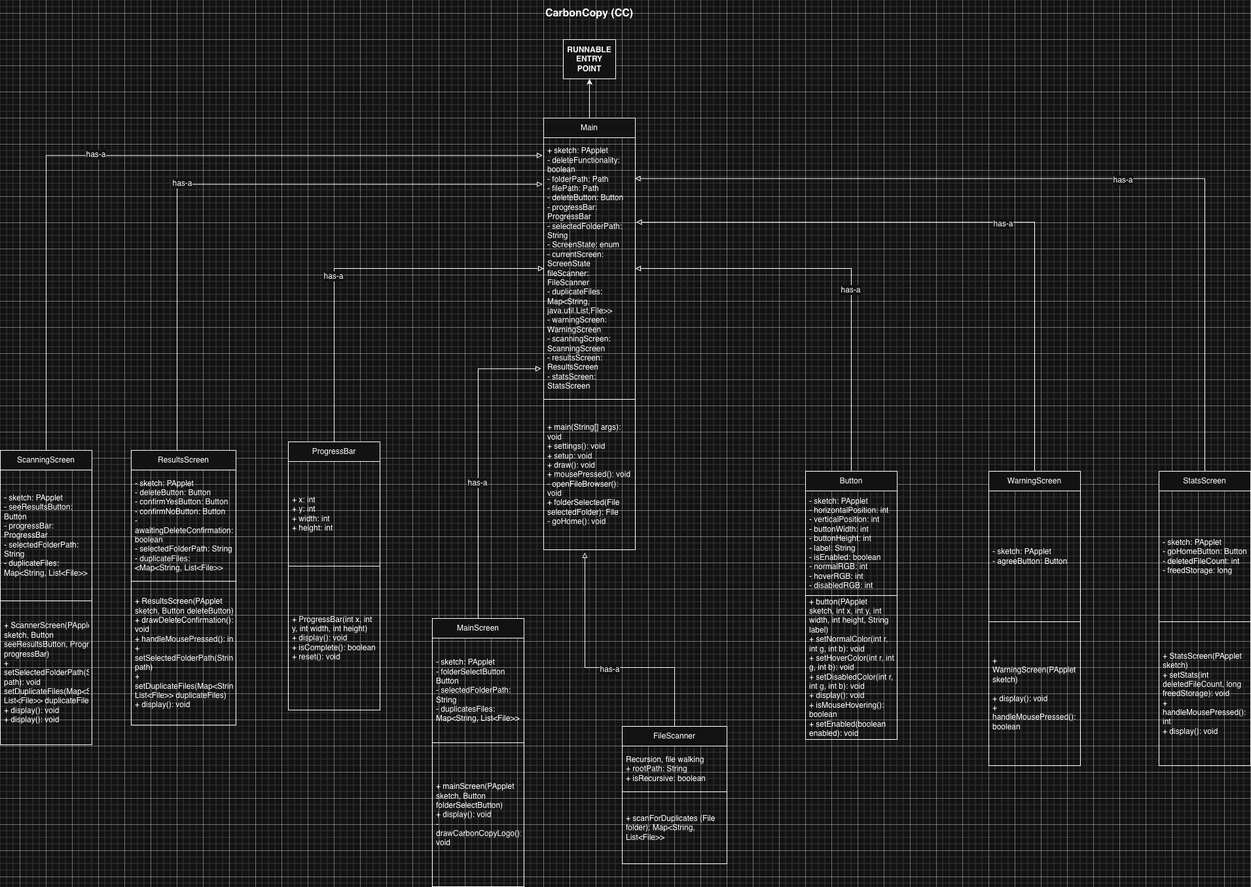
CFlory-Programming/AdvProgrammingIndividualProject keeps this draw.io diagram as images/UML.png. Above is the earlier version. Source tidied: cells renumbered, new cells last; positions are measured from the earlier drawing's top-left corner, leaving out a move shared by most shapes.
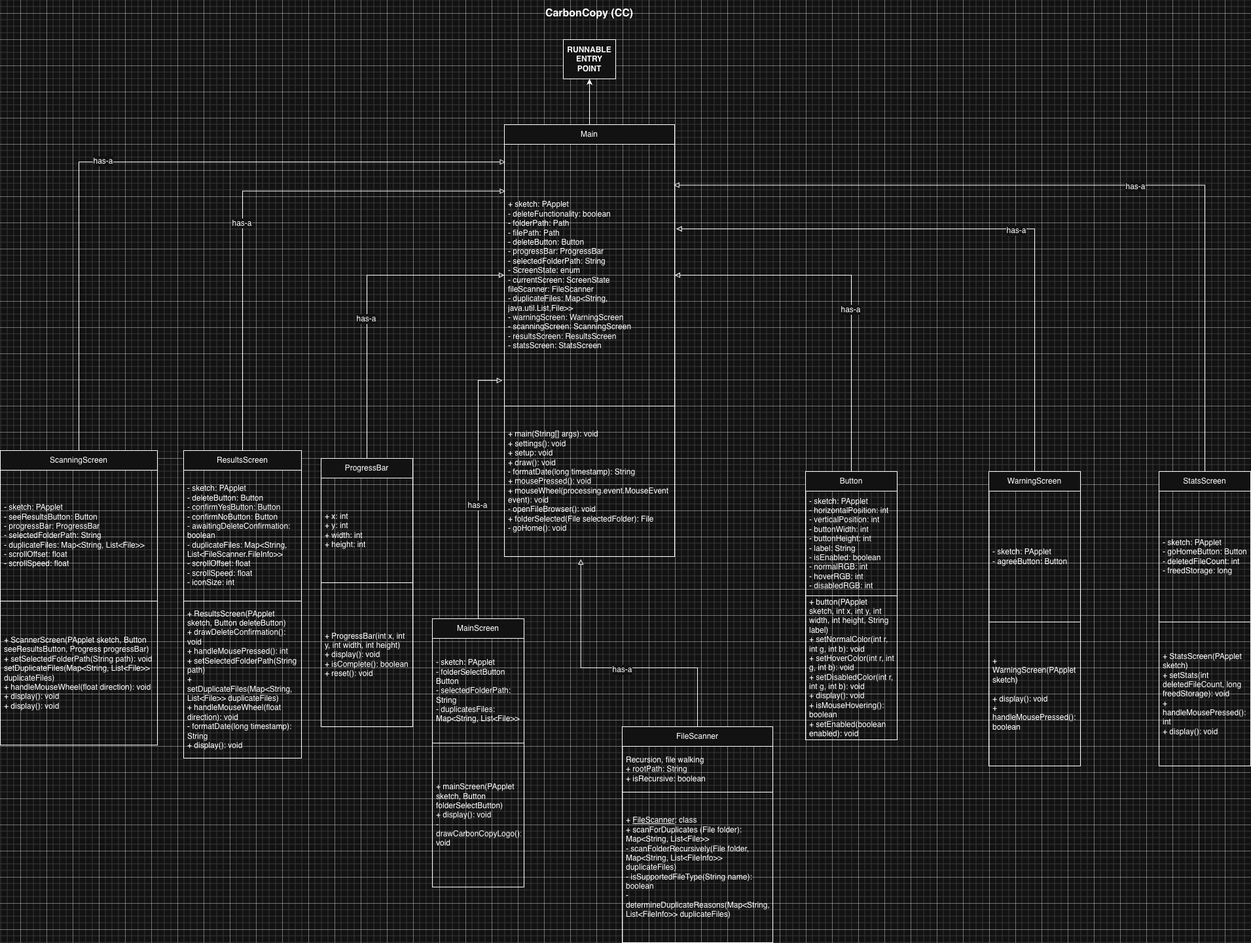
Above is the later version.

What changed in the source:
```diff
@@ -9,13 +9,13 @@
       <mxGeometry x="860" y="60" width="80" height="60" as="geometry" />
     </mxCell>
     <mxCell id="4" value="FileScanner" style="swimlane;fontStyle=0;horizontal=1;startSize=30;whiteSpace=wrap;html=1;" parent="1" vertex="1">
-      <mxGeometry x="950" y="1110" width="160" height="210" as="geometry" />
+      <mxGeometry x="950" y="1110" width="230" height="330" as="geometry" />
     </mxCell>
     <mxCell id="5" value="Recursion, file walking&lt;div&gt;+ rootPath: String&lt;/div&gt;&lt;div&gt;&lt;div&gt;+ isRecursive: boolean&lt;/div&gt;&lt;/div&gt;" style="text;strokeColor=none;fillColor=none;align=left;verticalAlign=middle;spacingLeft=4;spacingRight=4;overflow=hidden;whiteSpace=wrap;html=1;" parent="4" vertex="1">
-      <mxGeometry y="30" width="160" height="70" as="geometry" />
+      <mxGeometry y="30" width="230" height="70" as="geometry" />
     </mxCell>
-    <mxCell id="6" value="+ scanForDuplicates (File folder): Map&amp;lt;String, List&amp;lt;File&amp;gt;&amp;gt;" style="text;strokeColor=default;fillColor=none;align=left;verticalAlign=middle;spacingLeft=4;spacingRight=4;overflow=hidden;whiteSpace=wrap;html=1;strokeWidth=1;" parent="4" vertex="1">
-      <mxGeometry y="100" width="160" height="110" as="geometry" />
+    <mxCell id="6" value="&lt;div&gt;+ &lt;u&gt;FileScanner&lt;/u&gt;: class&lt;/div&gt;+ scanForDuplicates (File folder): Map&amp;lt;String, List&amp;lt;File&amp;gt;&amp;gt;&lt;br&gt;- scanFolderRecursively(File folder, Map&amp;lt;String, List&amp;lt;FileInfo&amp;gt;&amp;gt; duplicateFiles)&lt;div&gt;- isSupportedFileType(String name): boolean&lt;/div&gt;&lt;div&gt;- determineDuplicateReasons(&lt;span style=&quot;background-color: transparent; color: light-dark(rgb(0, 0, 0), rgb(255, 255, 255));&quot;&gt;Map&amp;lt;String, List&amp;lt;FileInfo&amp;gt;&amp;gt; duplicateFiles)&lt;/span&gt;&lt;/div&gt;" style="text;strokeColor=default;fillColor=none;align=left;verticalAlign=middle;spacingLeft=4;spacingRight=4;overflow=hidden;whiteSpace=wrap;html=1;strokeWidth=1;" parent="4" vertex="1">
+      <mxGeometry y="100" width="230" height="230" as="geometry" />
     </mxCell>
     <mxCell id="7" value="Button" style="swimlane;fontStyle=0;horizontal=1;startSize=30;whiteSpace=wrap;html=1;" parent="1" vertex="1">
       <mxGeometry x="1230" y="720" width="140" height="410" as="geometry" />
@@ -30,18 +30,18 @@
       <mxGeometry relative="1" as="geometry" />
     </mxCell>
     <mxCell id="11" value="Main" style="swimlane;fontStyle=0;horizontal=1;startSize=30;whiteSpace=wrap;html=1;" parent="1" vertex="1">
-      <mxGeometry x="830" y="180" width="140" height="660" as="geometry" />
+      <mxGeometry x="770" y="190" width="260" height="660" as="geometry" />
     </mxCell>
-    <mxCell id="12" value="+ sketch: PApplet&lt;div&gt;- deleteFunctionality: boolean&lt;/div&gt;&lt;div&gt;- folderPath: Path&lt;/div&gt;&lt;div&gt;- filePath: Path&lt;/div&gt;&lt;div&gt;- deleteButton: Button&lt;/div&gt;&lt;div&gt;- progressBar: ProgressBar&lt;/div&gt;&lt;div&gt;- selectedFolderPath: String&lt;/div&gt;&lt;div&gt;- ScreenState: enum&lt;/div&gt;&lt;div&gt;- currentScreen: ScreenState&lt;/div&gt;&lt;div&gt;fileScanner: FileScanner&lt;/div&gt;&lt;div&gt;- duplicateFiles: Map&amp;lt;String, java.util.List,File&amp;gt;&amp;gt;&lt;br&gt;- warningScreen: WarningScreen&lt;/div&gt;&lt;div&gt;- scanningScreen: ScanningScreen&lt;/div&gt;&lt;div&gt;- resultsScreen: ResultsScreen&lt;/div&gt;&lt;div&gt;- statsScreen: StatsScreen&lt;/div&gt;" style="text;strokeColor=none;fillColor=none;align=left;verticalAlign=middle;spacingLeft=4;spacingRight=4;overflow=hidden;points=[[0,0.5],[1,0.5]];portConstraint=eastwest;whiteSpace=wrap;html=1;" parent="11" vertex="1">
-      <mxGeometry y="30" width="140" height="400" as="geometry" />
+    <mxCell id="12" value="+ sketch: PApplet&lt;div&gt;- deleteFunctionality: boolean&lt;br&gt;&lt;/div&gt;&lt;div&gt;- folderPath: Path&lt;/div&gt;&lt;div&gt;- filePath: Path&lt;/div&gt;&lt;div&gt;- deleteButton: Button&lt;/div&gt;&lt;div&gt;- progressBar: ProgressBar&lt;/div&gt;&lt;div&gt;- selectedFolderPath: String&lt;/div&gt;&lt;div&gt;- ScreenState: enum&lt;/div&gt;&lt;div&gt;- currentScreen: ScreenState&lt;/div&gt;&lt;div&gt;fileScanner: FileScanner&lt;/div&gt;&lt;div&gt;- duplicateFiles: Map&amp;lt;String, java.util.List,File&amp;gt;&amp;gt;&lt;br&gt;- warningScreen: WarningScreen&lt;/div&gt;&lt;div&gt;- scanningScreen: ScanningScreen&lt;/div&gt;&lt;div&gt;- resultsScreen: ResultsScreen&lt;/div&gt;&lt;div&gt;- statsScreen: StatsScreen&lt;/div&gt;" style="text;strokeColor=none;fillColor=none;align=left;verticalAlign=middle;spacingLeft=4;spacingRight=4;overflow=hidden;points=[[0,0.5],[1,0.5]];portConstraint=eastwest;whiteSpace=wrap;html=1;" parent="11" vertex="1">
+      <mxGeometry y="30" width="260" height="400" as="geometry" />
     </mxCell>
-    <mxCell id="13" value="+ main(String[] args): void&lt;div&gt;+ settings(): void&lt;/div&gt;&lt;div&gt;+ setup: void&lt;/div&gt;&lt;div&gt;+ draw(): void&lt;/div&gt;&lt;div&gt;+ mousePressed(): void&lt;br&gt;- openFileBrowser(): void&lt;/div&gt;&lt;div&gt;+ folderSelected(File selectedFolder): File&lt;/div&gt;&lt;div&gt;- goHome(): void&lt;/div&gt;" style="text;strokeColor=default;fillColor=none;align=left;verticalAlign=middle;spacingLeft=4;spacingRight=4;overflow=hidden;points=[[0,0.5],[1,0.5]];portConstraint=eastwest;whiteSpace=wrap;html=1;strokeWidth=1;" parent="11" vertex="1">
-      <mxGeometry y="430" width="140" height="230" as="geometry" />
+    <mxCell id="13" value="+ main(String[] args): void&lt;div&gt;+ settings(): void&lt;/div&gt;&lt;div&gt;+ setup: void&lt;/div&gt;&lt;div&gt;+ draw(): void&lt;/div&gt;&lt;div&gt;- formatDate(long timestamp): String&lt;/div&gt;&lt;div&gt;+ mousePressed(): void&lt;/div&gt;&lt;div&gt;+ mouseWheel(processing.event.MouseEvent event): void&lt;br&gt;- openFileBrowser(): void&lt;/div&gt;&lt;div&gt;+ folderSelected(File selectedFolder): File&lt;/div&gt;&lt;div&gt;- goHome(): void&lt;/div&gt;" style="text;strokeColor=default;fillColor=none;align=left;verticalAlign=middle;spacingLeft=4;spacingRight=4;overflow=hidden;points=[[0,0.5],[1,0.5]];portConstraint=eastwest;whiteSpace=wrap;html=1;strokeWidth=1;" parent="11" vertex="1">
+      <mxGeometry y="430" width="260" height="230" as="geometry" />
     </mxCell>
     <mxCell id="14" style="edgeStyle=orthogonalEdgeStyle;rounded=0;jettySize=auto;html=1;entryX=1;entryY=0.5;entryDx=0;entryDy=0;endArrow=block;endFill=0;exitX=0.5;exitY=0;exitDx=0;exitDy=0;" parent="1" edge="1" source="7" target="12">
       <mxGeometry relative="1" as="geometry">
         <Array as="points">
-          <mxPoint x="1300" y="410" />
+          <mxPoint x="1300" y="420" />
         </Array>
       </mxGeometry>
     </mxCell>
@@ -60,7 +60,7 @@
       <mxGeometry x="-0.05" y="2" relative="1" as="geometry" />
     </mxCell>
     <mxCell id="18" value="ProgressBar" style="swimlane;fontStyle=0;horizontal=1;startSize=30;whiteSpace=wrap;html=1;" parent="1" vertex="1">
-      <mxGeometry x="440" y="675" width="140" height="410" as="geometry" />
+      <mxGeometry x="490" y="700" width="140" height="410" as="geometry" />
     </mxCell>
     <mxCell id="19" value="+ x: int&lt;div&gt;+ y: int&lt;/div&gt;&lt;div&gt;+ width: int&lt;/div&gt;&lt;div&gt;+ height: int&lt;/div&gt;" style="text;strokeColor=none;fillColor=none;align=left;verticalAlign=middle;spacingLeft=4;spacingRight=4;overflow=hidden;whiteSpace=wrap;html=1;" parent="18" vertex="1">
       <mxGeometry y="30" width="140" height="160" as="geometry" />
@@ -71,7 +71,7 @@
     <mxCell id="21" style="edgeStyle=orthogonalEdgeStyle;rounded=0;jettySize=auto;html=1;entryX=0;entryY=0.5;entryDx=0;entryDy=0;endArrow=block;endFill=0;exitX=0.5;exitY=0;exitDx=0;exitDy=0;" parent="1" edge="1" source="18" target="12">
       <mxGeometry relative="1" as="geometry">
         <Array as="points">
-          <mxPoint x="510" y="410" />
+          <mxPoint x="560" y="420" />
         </Array>
       </mxGeometry>
     </mxCell>
@@ -87,10 +87,10 @@
     <mxCell id="25" value="+ mainScreen(PApplet sketch, Button folderSelectButton)&lt;div&gt;+ display(): void&lt;/div&gt;&lt;div&gt;- drawCarbonCopyLogo(): void&lt;/div&gt;" style="text;strokeColor=default;fillColor=none;align=left;verticalAlign=middle;spacingLeft=4;spacingRight=4;overflow=hidden;whiteSpace=wrap;html=1;strokeWidth=1;" parent="23" vertex="1">
       <mxGeometry y="190" width="140" height="220" as="geometry" />
     </mxCell>
-    <mxCell id="26" style="edgeStyle=orthogonalEdgeStyle;rounded=0;jettySize=auto;html=1;entryX=-0.028;entryY=0.883;entryDx=0;entryDy=0;endArrow=block;endFill=0;exitX=0.5;exitY=0;exitDx=0;exitDy=0;entryPerimeter=0;" parent="1" edge="1" source="23" target="12">
+    <mxCell id="26" style="edgeStyle=orthogonalEdgeStyle;rounded=0;jettySize=auto;html=1;entryX=-0.012;entryY=0.902;entryDx=0;entryDy=0;endArrow=block;endFill=0;exitX=0.5;exitY=0;exitDx=0;exitDy=0;entryPerimeter=0;" parent="1" edge="1" source="23" target="12">
       <mxGeometry relative="1" as="geometry">
         <Array as="points">
-          <mxPoint x="730" y="563" />
+          <mxPoint x="730" y="581" />
         </Array>
       </mxGeometry>
     </mxCell>
@@ -98,19 +98,18 @@
       <mxGeometry x="-0.13" y="2" relative="1" as="geometry" />
     </mxCell>
     <mxCell id="28" value="ResultsScreen" style="swimlane;fontStyle=0;horizontal=1;startSize=30;whiteSpace=wrap;html=1;" parent="1" vertex="1">
-      <mxGeometry x="200" y="688" width="160" height="420" as="geometry" />
+      <mxGeometry x="280" y="688" width="180" height="470" as="geometry" />
     </mxCell>
-    <mxCell id="29" value="- sketch: PApplet&lt;div&gt;- deleteButton: Button&lt;/div&gt;&lt;div&gt;- confirmYesButton: Button&lt;/div&gt;&lt;div&gt;- confirmNoButton: Button&lt;/div&gt;&lt;div&gt;- awaitingDeleteConfirmation: boolean&lt;/div&gt;&lt;div&gt;- selectedFolderPath: String&lt;/div&gt;&lt;div&gt;- duplicateFiles: &amp;lt;Map&amp;lt;String, List&amp;lt;File&amp;gt;&amp;gt;&lt;/div&gt;" style="text;strokeColor=none;fillColor=none;align=left;verticalAlign=middle;spacingLeft=4;spacingRight=4;overflow=hidden;whiteSpace=wrap;html=1;" parent="28" vertex="1">
-      <mxGeometry y="30" width="160" height="170" as="geometry" />
+    <mxCell id="29" value="- sketch: PApplet&lt;div&gt;- deleteButton: Button&lt;/div&gt;&lt;div&gt;- confirmYesButton: Button&lt;/div&gt;&lt;div&gt;- confirmNoButton: Button&lt;/div&gt;&lt;div&gt;- awaitingDeleteConfirmation: boolean&lt;/div&gt;&lt;div&gt;- duplicateFiles: Map&amp;lt;String, List&amp;lt;FileScanner.FileInfo&amp;gt;&amp;gt;&lt;br&gt;- scrollOffset: float&lt;br&gt;- scrollSpeed: float&lt;/div&gt;&lt;div&gt;- iconSize: int&lt;/div&gt;" style="text;strokeColor=none;fillColor=none;align=left;verticalAlign=middle;spacingLeft=4;spacingRight=4;overflow=hidden;whiteSpace=wrap;html=1;" parent="28" vertex="1">
+      <mxGeometry y="30" width="180" height="200" as="geometry" />
     </mxCell>
-    <mxCell id="30" value="+ ResultsScreen(PApplet sketch, Button deleteButton)&lt;div&gt;+ drawDeleteConfirmation(): void&lt;/div&gt;&lt;div&gt;+ handleMousePressed(): int&lt;/div&gt;&lt;div&gt;+ setSelectedFolderPath(String path)&lt;/div&gt;&lt;div&gt;+ setDuplicateFiles(Map&amp;lt;String, List&amp;lt;File&amp;gt;&amp;gt; duplicateFiles)&lt;/div&gt;&lt;div&gt;+ display(): void&lt;/div&gt;" style="text;strokeColor=default;fillColor=none;align=left;verticalAlign=middle;spacingLeft=4;spacingRight=4;overflow=hidden;whiteSpace=wrap;html=1;strokeWidth=1;" parent="28" vertex="1">
-      <mxGeometry y="200" width="160" height="220" as="geometry" />
+    <mxCell id="30" value="+ ResultsScreen(PApplet sketch, Button deleteButton)&lt;div&gt;+ drawDeleteConfirmation(): void&lt;/div&gt;&lt;div&gt;+ handleMousePressed(): int&lt;/div&gt;&lt;div&gt;+ setSelectedFolderPath(String path)&lt;/div&gt;&lt;div&gt;+ setDuplicateFiles(Map&amp;lt;String, List&amp;lt;File&amp;gt;&amp;gt; duplicateFiles)&lt;/div&gt;&lt;div&gt;+ handleMouseWheel(float direction): void&lt;/div&gt;&lt;div&gt;- formatDate(long timestamp): String&lt;/div&gt;&lt;div&gt;+ display(): void&lt;/div&gt;" style="text;strokeColor=default;fillColor=none;align=left;verticalAlign=middle;spacingLeft=4;spacingRight=4;overflow=hidden;whiteSpace=wrap;html=1;strokeWidth=1;" parent="28" vertex="1">
+      <mxGeometry y="230" width="180" height="240" as="geometry" />
     </mxCell>
-    <mxCell id="31" style="edgeStyle=orthogonalEdgeStyle;rounded=0;jettySize=auto;html=1;entryX=-0.011;entryY=0.178;entryDx=0;entryDy=0;endArrow=block;endFill=0;exitX=0.5;exitY=0;exitDx=0;exitDy=0;entryPerimeter=0;" parent="1" edge="1" source="28" target="12">
+    <mxCell id="31" style="edgeStyle=orthogonalEdgeStyle;rounded=0;jettySize=auto;html=1;entryX=0.006;entryY=0.179;entryDx=0;entryDy=0;endArrow=block;endFill=0;exitX=0.5;exitY=0;exitDx=0;exitDy=0;entryPerimeter=0;" parent="1" edge="1" source="28" target="12">
       <mxGeometry relative="1" as="geometry">
         <Array as="points">
-          <mxPoint x="270" y="688" />
-          <mxPoint x="270" y="281" />
+          <mxPoint x="370" y="292" />
         </Array>
       </mxGeometry>
     </mxCell>
@@ -118,18 +117,19 @@
       <mxGeometry x="-0.13" y="2" relative="1" as="geometry" />
     </mxCell>
     <mxCell id="33" value="ScanningScreen" style="swimlane;fontStyle=0;horizontal=1;startSize=30;whiteSpace=wrap;html=1;" parent="1" vertex="1">
-      <mxGeometry y="688" width="140" height="450" as="geometry" />
+      <mxGeometry y="688" width="240" height="450" as="geometry" />
     </mxCell>
-    <mxCell id="34" value="- sketch: PApplet&lt;div&gt;- seeResultsButton: Button&lt;/div&gt;&lt;div&gt;- progressBar: ProgressBar&lt;/div&gt;&lt;div&gt;- selectedFolderPath: String&lt;/div&gt;&lt;div&gt;- duplicateFiles: Map&amp;lt;String, List&amp;lt;File&amp;gt;&amp;gt;&lt;/div&gt;" style="text;strokeColor=none;fillColor=none;align=left;verticalAlign=middle;spacingLeft=4;spacingRight=4;overflow=hidden;whiteSpace=wrap;html=1;" parent="33" vertex="1">
-      <mxGeometry y="30" width="140" height="200" as="geometry" />
+    <mxCell id="34" value="- sketch: PApplet&lt;div&gt;- seeResultsButton: Button&lt;/div&gt;&lt;div&gt;- progressBar: ProgressBar&lt;/div&gt;&lt;div&gt;- selectedFolderPath: String&lt;/div&gt;&lt;div&gt;- duplicateFiles: Map&amp;lt;String, List&amp;lt;File&amp;gt;&amp;gt;&lt;/div&gt;&lt;div&gt;- scrollOffset: float&lt;/div&gt;&lt;div&gt;- scrollSpeed: float&lt;/div&gt;" style="text;strokeColor=none;fillColor=none;align=left;verticalAlign=middle;spacingLeft=4;spacingRight=4;overflow=hidden;whiteSpace=wrap;html=1;" parent="33" vertex="1">
+      <mxGeometry y="30" width="240" height="200" as="geometry" />
     </mxCell>
-    <mxCell id="35" value="+ ScannerScreen(PApplet sketch, Button seeResultsButton, Progress progressBar)&lt;div&gt;+ setSelectedFolderPath(String path): void&lt;/div&gt;&lt;div&gt;&lt;div&gt;setDuplicateFiles(Map&amp;lt;String, List&amp;lt;File&amp;gt;&amp;gt; duplicateFiles)&lt;/div&gt;&lt;div&gt;+ display(): void&lt;/div&gt;&lt;/div&gt;&lt;div&gt;+ display(): void&lt;/div&gt;" style="text;strokeColor=default;fillColor=none;align=left;verticalAlign=middle;spacingLeft=4;spacingRight=4;overflow=hidden;whiteSpace=wrap;html=1;strokeWidth=1;" parent="33" vertex="1">
-      <mxGeometry y="230" width="140" height="220" as="geometry" />
+    <mxCell id="35" value="+ ScannerScreen(PApplet sketch, Button seeResultsButton, Progress progressBar)&lt;div&gt;+ setSelectedFolderPath(String path): void&lt;/div&gt;&lt;div&gt;&lt;div&gt;setDuplicateFiles(Map&amp;lt;String, List&amp;lt;File&amp;gt;&amp;gt; duplicateFiles)&lt;/div&gt;&lt;div&gt;+ handleMouseWheel(float direction): void&lt;/div&gt;&lt;div&gt;+ display(): void&lt;/div&gt;&lt;/div&gt;&lt;div&gt;+ display(): void&lt;/div&gt;" style="text;strokeColor=default;fillColor=none;align=left;verticalAlign=middle;spacingLeft=4;spacingRight=4;overflow=hidden;whiteSpace=wrap;html=1;strokeWidth=1;" parent="33" vertex="1">
+      <mxGeometry y="230" width="240" height="220" as="geometry" />
     </mxCell>
-    <mxCell id="36" style="edgeStyle=orthogonalEdgeStyle;rounded=0;jettySize=auto;html=1;entryX=-0.014;entryY=0.068;entryDx=0;entryDy=0;endArrow=block;endFill=0;exitX=0.5;exitY=0;exitDx=0;exitDy=0;entryPerimeter=0;" parent="1" edge="1" source="33" target="12">
+    <mxCell id="36" style="edgeStyle=orthogonalEdgeStyle;rounded=0;jettySize=auto;html=1;entryX=0.006;entryY=0.071;entryDx=0;entryDy=0;endArrow=block;endFill=0;exitX=0.5;exitY=0;exitDx=0;exitDy=0;entryPerimeter=0;" parent="1" edge="1" source="33" target="12">
       <mxGeometry relative="1" as="geometry">
         <Array as="points">
-          <mxPoint x="70" y="237" />
+          <mxPoint x="120" y="247" />
+          <mxPoint x="772" y="247" />
         </Array>
       </mxGeometry>
     </mxCell>
@@ -148,7 +148,7 @@
     <mxCell id="41" style="edgeStyle=orthogonalEdgeStyle;rounded=0;jettySize=auto;html=1;entryX=0.995;entryY=0.156;entryDx=0;entryDy=0;endArrow=block;endFill=0;exitX=0.5;exitY=0;exitDx=0;exitDy=0;entryPerimeter=0;" parent="1" edge="1" source="38" target="12">
       <mxGeometry relative="1" as="geometry">
         <Array as="points">
-          <mxPoint x="1840" y="272" />
+          <mxPoint x="1840" y="282" />
         </Array>
       </mxGeometry>
     </mxCell>
@@ -167,7 +167,7 @@
     <mxCell id="46" style="edgeStyle=orthogonalEdgeStyle;rounded=0;jettySize=auto;html=1;entryX=1.01;entryY=0.323;entryDx=0;entryDy=0;endArrow=block;endFill=0;exitX=0.5;exitY=0;exitDx=0;exitDy=0;entryPerimeter=0;" parent="1" edge="1" source="43" target="12">
       <mxGeometry relative="1" as="geometry">
         <Array as="points">
-          <mxPoint x="1580" y="339" />
+          <mxPoint x="1580" y="349" />
         </Array>
       </mxGeometry>
     </mxCell>
```
